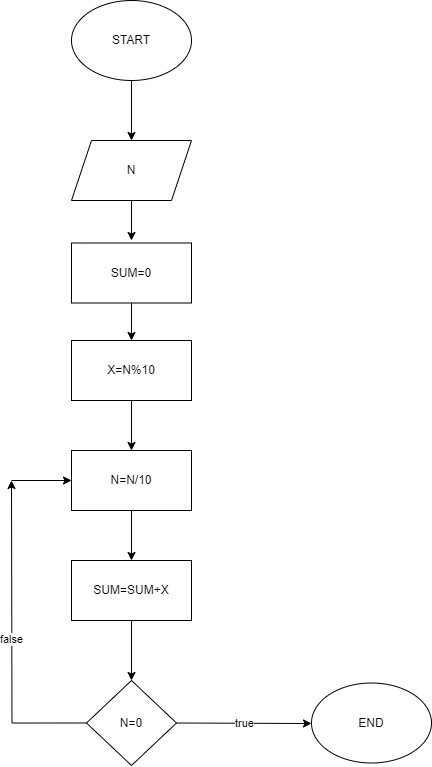
naila95/Flowchart keeps this draw.io diagram as task2.png. Above is the earlier version. Source tidied: cells renumbered, new cells last; positions are measured from the earlier drawing's top-left corner, leaving out a move shared by most shapes.
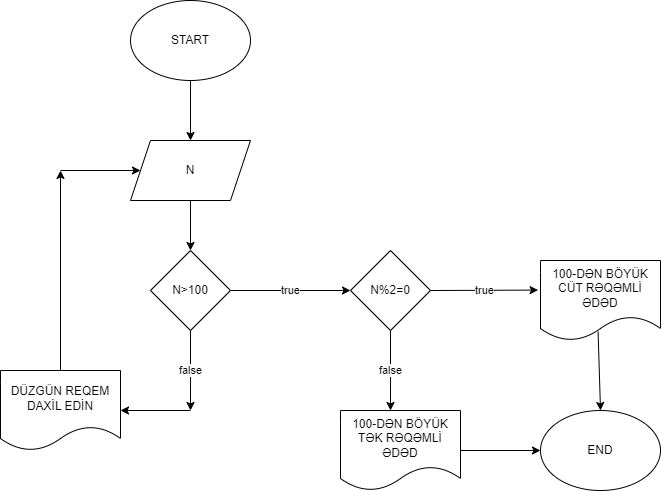
The same file after the commit.

Diff of the diagram source:
```diff
@@ -5,63 +5,75 @@
     <mxCell id="2" value="START" style="ellipse;whiteSpace=wrap;html=1;" parent="1" vertex="1">
       <mxGeometry x="60" width="120" height="80" as="geometry" />
     </mxCell>
-    <mxCell id="3" style="endArrow=classic;html=1;rounded=0;exitX=0.5;exitY=1;exitDx=0;exitDy=0;" parent="1" edge="1" source="2" target="4">
-      <mxGeometry relative="1" as="geometry" />
-    </mxCell>
+    <mxCell id="19" style="endArrow=classic;html=1;rounded=0;exitX=0.5;exitY=1;exitDx=0;exitDy=0;" parent="1" edge="1" source="2">
+      <mxGeometry relative="1" as="geometry">
+        <mxPoint x="120" y="140" as="targetPoint" />
+      </mxGeometry>
+    </mxCell>
+    <mxCell id="20" value="N&amp;gt;100" style="rhombus;whiteSpace=wrap;html=1;" parent="1" vertex="1">
+      <mxGeometry x="80" y="250" width="80" height="80" as="geometry" />
+    </mxCell>
     <mxCell id="4" value="N" style="shape=parallelogram;perimeter=parallelogramPerimeter;whiteSpace=wrap;html=1;fixedSize=1;" parent="1" vertex="1">
       <mxGeometry x="60" y="140" width="120" height="60" as="geometry" />
     </mxCell>
-    <mxCell id="5" style="endArrow=classic;html=1;rounded=0;exitX=0.5;exitY=1;exitDx=0;exitDy=0;" parent="1" edge="1" source="4">
-      <mxGeometry relative="1" as="geometry">
-        <mxPoint x="120" y="240" as="targetPoint" />
-      </mxGeometry>
-    </mxCell>
+    <mxCell id="21" style="endArrow=classic;html=1;rounded=0;exitX=0.5;exitY=1;exitDx=0;exitDy=0;" parent="1" edge="1" source="4">
+      <mxGeometry relative="1" as="geometry">
+        <mxPoint x="120" y="250" as="targetPoint" />
+      </mxGeometry>
+    </mxCell>
+    <mxCell id="22" value="false" style="endArrow=classic;html=1;rounded=0;exitX=0.5;exitY=1;exitDx=0;exitDy=0;" parent="1" edge="1" source="20">
+      <mxGeometry relative="1" as="geometry">
+        <mxPoint x="120" y="410" as="targetPoint" />
+      </mxGeometry>
+    </mxCell>
+    <mxCell id="23" style="endArrow=classic;html=1;rounded=0;" parent="1" edge="1" target="24">
+      <mxGeometry relative="1" as="geometry">
+        <mxPoint x="120" y="410" as="sourcePoint" />
+      </mxGeometry>
+    </mxCell>
+    <mxCell id="24" value="DÜZGÜN REQEM DAXİL EDİN" style="shape=document;whiteSpace=wrap;html=1;boundedLbl=1;" parent="1" vertex="1">
+      <mxGeometry x="-70" y="370" width="120" height="80" as="geometry" />
+    </mxCell>
+    <mxCell id="25" style="endArrow=classic;html=1;rounded=0;exitX=0.5;exitY=0;exitDx=0;exitDy=0;" parent="1" edge="1" source="24">
+      <mxGeometry relative="1" as="geometry">
+        <mxPoint x="-10" y="170" as="targetPoint" />
+      </mxGeometry>
+    </mxCell>
+    <mxCell id="26" style="endArrow=classic;html=1;rounded=0;entryX=0;entryY=0.5;entryDx=0;entryDy=0;" parent="1" edge="1" target="4">
+      <mxGeometry relative="1" as="geometry">
+        <mxPoint x="-10" y="170" as="sourcePoint" />
+      </mxGeometry>
+    </mxCell>
+    <mxCell id="7" value="true" style="endArrow=classic;html=1;rounded=0;exitX=1;exitY=0.5;exitDx=0;exitDy=0;" parent="1" edge="1" source="20">
+      <mxGeometry relative="1" as="geometry">
+        <mxPoint x="280" y="290" as="targetPoint" />
+      </mxGeometry>
+    </mxCell>
+    <mxCell id="27" value="N%2=0" style="rhombus;whiteSpace=wrap;html=1;" parent="1" vertex="1">
+      <mxGeometry x="280" y="250" width="80" height="80" as="geometry" />
+    </mxCell>
+    <mxCell id="28" value="false" style="endArrow=classic;html=1;rounded=0;exitX=0.5;exitY=1;exitDx=0;exitDy=0;" parent="1" edge="1" source="27">
+      <mxGeometry relative="1" as="geometry">
+        <mxPoint x="320" y="410" as="targetPoint" />
+      </mxGeometry>
+    </mxCell>
+    <mxCell id="29" value="100-DƏN BÖYÜK TƏK RƏQƏMLİ ƏDƏD" style="shape=document;whiteSpace=wrap;html=1;boundedLbl=1;" parent="1" vertex="1">
+      <mxGeometry x="270" y="410" width="120" height="80" as="geometry" />
+    </mxCell>
+    <mxCell id="30" value="true" style="endArrow=classic;html=1;rounded=0;exitX=1;exitY=0.5;exitDx=0;exitDy=0;entryX=-0.02;entryY=0.37;entryDx=0;entryDy=0;entryPerimeter=0;" parent="1" edge="1" source="27" target="31">
+      <mxGeometry relative="1" as="geometry" />
+    </mxCell>
+    <mxCell id="31" value="100-DƏN BÖYÜK CÜT RƏQƏMLİ ƏDƏD" style="shape=document;whiteSpace=wrap;html=1;boundedLbl=1;" parent="1" vertex="1">
+      <mxGeometry x="470" y="260" width="120" height="80" as="geometry" />
+    </mxCell>
+    <mxCell id="32" style="endArrow=classic;html=1;rounded=0;exitX=1;exitY=0.5;exitDx=0;exitDy=0;" parent="1" edge="1" source="29" target="6">
+      <mxGeometry relative="1" as="geometry" />
+    </mxCell>
     <mxCell id="6" value="END" style="ellipse;whiteSpace=wrap;html=1;" parent="1" vertex="1">
-      <mxGeometry x="300" y="682.5" width="120" height="80" as="geometry" />
+      <mxGeometry x="470" y="410" width="120" height="80" as="geometry" />
     </mxCell>
-    <mxCell id="7" value="true" style="endArrow=classic;html=1;rounded=0;exitX=1;exitY=0.5;exitDx=0;exitDy=0;" parent="1" edge="1" source="9">
-      <mxGeometry relative="1" as="geometry">
-        <mxPoint x="300" y="723" as="targetPoint" />
-      </mxGeometry>
-    </mxCell>
-    <mxCell id="8" value="false" style="edgeStyle=orthogonalEdgeStyle;rounded=0;jettySize=auto;html=1;exitX=0;exitY=0.5;exitDx=0;exitDy=0;" parent="1" edge="1" source="9">
-      <mxGeometry relative="1" as="geometry">
-        <mxPoint y="480" as="targetPoint" />
-      </mxGeometry>
-    </mxCell>
-    <mxCell id="9" value="N=0" style="rhombus;whiteSpace=wrap;html=1;" parent="1" vertex="1">
-      <mxGeometry x="75" y="680" width="90" height="85" as="geometry" />
-    </mxCell>
-    <mxCell id="10" style="endArrow=classic;html=1;rounded=0;exitX=0.5;exitY=1;exitDx=0;exitDy=0;" parent="1" edge="1" source="14" target="15">
-      <mxGeometry relative="1" as="geometry" />
-    </mxCell>
-    <mxCell id="11" style="endArrow=classic;html=1;rounded=0;exitX=0.5;exitY=1;exitDx=0;exitDy=0;" parent="1" edge="1" source="15" target="16">
-      <mxGeometry relative="1" as="geometry" />
-    </mxCell>
-    <mxCell id="12" style="endArrow=classic;html=1;rounded=0;exitX=0.5;exitY=1;exitDx=0;exitDy=0;" parent="1" edge="1" source="16" target="17">
-      <mxGeometry relative="1" as="geometry" />
-    </mxCell>
-    <mxCell id="13" style="endArrow=classic;html=1;rounded=0;exitX=0.5;exitY=1;exitDx=0;exitDy=0;" parent="1" edge="1" source="17">
-      <mxGeometry relative="1" as="geometry">
-        <mxPoint x="120" y="680" as="targetPoint" />
-      </mxGeometry>
-    </mxCell>
-    <mxCell id="14" value="SUM=0" style="rounded=0;whiteSpace=wrap;html=1;" parent="1" vertex="1">
-      <mxGeometry x="60" y="242.5" width="120" height="60" as="geometry" />
-    </mxCell>
-    <mxCell id="15" value="X=N%10" style="rounded=0;whiteSpace=wrap;html=1;" parent="1" vertex="1">
-      <mxGeometry x="60" y="340" width="120" height="60" as="geometry" />
-    </mxCell>
-    <mxCell id="16" value="N=N/10" style="rounded=0;whiteSpace=wrap;html=1;" parent="1" vertex="1">
-      <mxGeometry x="60" y="450" width="120" height="60" as="geometry" />
-    </mxCell>
-    <mxCell id="17" value="SUM=SUM+X" style="rounded=0;whiteSpace=wrap;html=1;" parent="1" vertex="1">
-      <mxGeometry x="60" y="560" width="120" height="60" as="geometry" />
-    </mxCell>
-    <mxCell id="18" style="endArrow=classic;html=1;rounded=0;entryX=0;entryY=0.5;entryDx=0;entryDy=0;" parent="1" edge="1" target="16">
-      <mxGeometry relative="1" as="geometry">
-        <mxPoint y="480" as="sourcePoint" />
-      </mxGeometry>
-    </mxCell>
+    <mxCell id="33" style="endArrow=classic;html=1;rounded=0;exitX=0.48;exitY=0.89;exitDx=0;exitDy=0;exitPerimeter=0;entryX=0.5;entryY=0;entryDx=0;entryDy=0;" parent="1" edge="1" source="31" target="6">
+      <mxGeometry relative="1" as="geometry" />
+    </mxCell>
   </root>
 </mxGraphModel>
```
